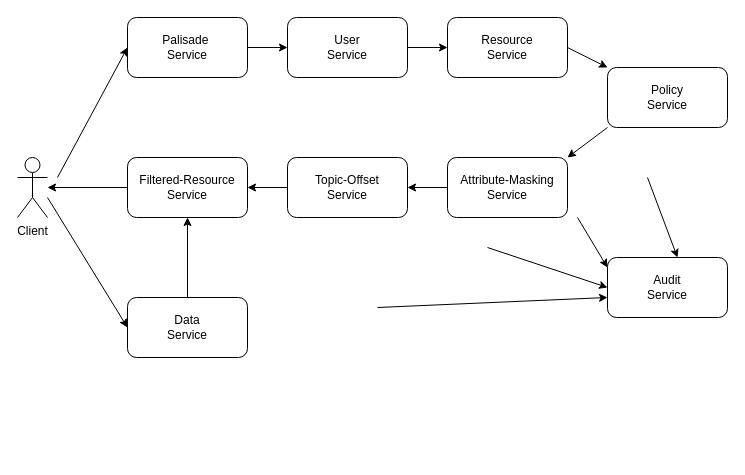
Above: doc/services.drawio in gchq/Palisade-services (draw.io), before the change. Source tidied: cells renumbered, new cells numbered last; positions are measured from the earlier drawing's top-left corner, leaving out a move shared by most shapes. Both pictures are drawn from the tidied source at 100%, with x=0, y=0 at pixel (17, 17).
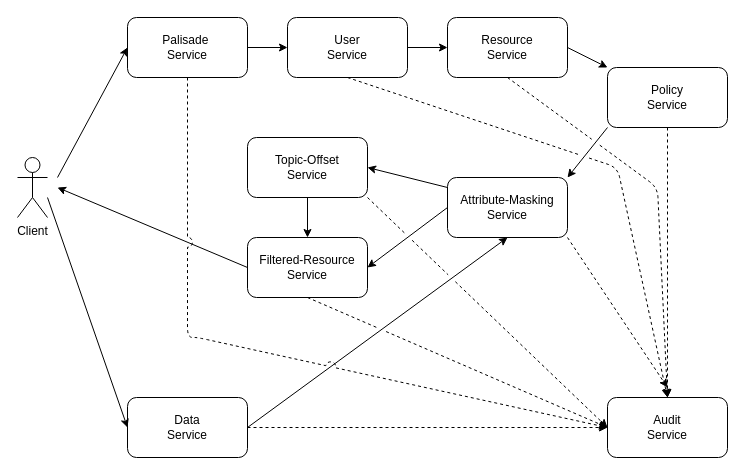
The same page after the edit.

The change refers to these unchanged cells:
```xml
<mxCell id="2" value="Client" style="shape=umlActor;verticalLabelPosition=bottom;verticalAlign=top;html=1;outlineConnect=0;" parent="1" vertex="1">
  <mxGeometry y="140" width="30" height="60" as="geometry" />
</mxCell>
<mxCell id="3" value="Palisade&amp;nbsp;&lt;br&gt;Service" style="rounded=1;whiteSpace=wrap;html=1;" parent="1" vertex="1">
  <mxGeometry x="110" width="120" height="60" as="geometry" />
</mxCell>
<mxCell id="6" value="Policy&lt;br&gt;Service" style="rounded=1;whiteSpace=wrap;html=1;" parent="1" vertex="1">
  <mxGeometry x="590" y="50" width="120" height="60" as="geometry" />
</mxCell>
```

The edit, as a diff of the source:
```diff
@@
     <mxCell id="7" value="Attribute-Masking&lt;br&gt;Service" style="rounded=1;whiteSpace=wrap;html=1;" parent="1" vertex="1">
-      <mxGeometry x="430" y="140" width="120" height="60" as="geometry" />
+      <mxGeometry x="430" y="160" width="120" height="60" as="geometry" />
     </mxCell>
     <mxCell id="8" value="Filtered-Resource&lt;br&gt;Service" style="rounded=1;whiteSpace=wrap;html=1;" parent="1" vertex="1">
-      <mxGeometry x="110" y="140" width="120" height="60" as="geometry" />
+      <mxGeometry x="230" y="220" width="120" height="60" as="geometry" />
     </mxCell>
     <mxCell id="9" value="Topic-Offset&lt;br&gt;Service" style="rounded=1;whiteSpace=wrap;html=1;" parent="1" vertex="1">
-      <mxGeometry x="270" y="140" width="120" height="60" as="geometry" />
+      <mxGeometry x="230" y="120" width="120" height="60" as="geometry" />
     </mxCell>
@@
     <mxCell id="11" value="Data&lt;br&gt;Service" style="rounded=1;whiteSpace=wrap;html=1;" parent="1" vertex="1">
-      <mxGeometry x="110" y="280" width="120" height="60" as="geometry" />
+      <mxGeometry x="110" y="380" width="120" height="60" as="geometry" />
     </mxCell>
@@
-    <mxCell id="13" style="endArrow=classic;html=1;entryX=1;entryY=0.5;entryDx=0;entryDy=0;" parent="1" edge="1" target="8">
-      <mxGeometry relative="1" as="geometry">
-        <mxPoint x="270" y="170" as="sourcePoint" />
-      </mxGeometry>
-    </mxCell>
@@
-    <mxCell id="18" style="endArrow=classic;html=1;" parent="1" edge="1" target="2">
-      <mxGeometry relative="1" as="geometry">
-        <mxPoint x="110" y="170" as="sourcePoint" />
-      </mxGeometry>
-    </mxCell>
@@
-    <mxCell id="20" style="endArrow=classic;html=1;entryX=0.5;entryY=1;entryDx=0;entryDy=0;" parent="1" edge="1" target="8">
-      <mxGeometry relative="1" as="geometry">
-        <mxPoint x="170" y="280" as="sourcePoint" />
-      </mxGeometry>
-    </mxCell>
     <mxCell id="21" value="Audit&lt;br&gt;Service" style="rounded=1;whiteSpace=wrap;html=1;" parent="1" vertex="1">
-      <mxGeometry x="590" y="240" width="120" height="60" as="geometry" />
+      <mxGeometry x="590" y="380" width="120" height="60" as="geometry" />
     </mxCell>
-    <mxCell id="22" style="endArrow=classic;html=1;entryX=0;entryY=0.5;entryDx=0;entryDy=0;" parent="1" edge="1">
-      <mxGeometry relative="1" as="geometry">
-        <mxPoint x="360" y="290" as="sourcePoint" />
-        <mxPoint x="590" y="280" as="targetPoint" />
-      </mxGeometry>
-    </mxCell>
-    <mxCell id="23" style="endArrow=classic;html=1;entryX=0;entryY=0.5;entryDx=0;entryDy=0;" parent="1" edge="1">
-      <mxGeometry relative="1" as="geometry">
-        <mxPoint x="470" y="230" as="sourcePoint" />
-        <mxPoint x="590" y="270" as="targetPoint" />
-      </mxGeometry>
-    </mxCell>
-    <mxCell id="24" style="endArrow=classic;html=1;entryX=0;entryY=0.5;entryDx=0;entryDy=0;" parent="1" edge="1">
-      <mxGeometry relative="1" as="geometry">
-        <mxPoint x="560" y="200" as="sourcePoint" />
-        <mxPoint x="590" y="250" as="targetPoint" />
-      </mxGeometry>
-    </mxCell>
-    <mxCell id="25" style="endArrow=classic;html=1;entryX=0;entryY=0.5;entryDx=0;entryDy=0;" parent="1" edge="1">
-      <mxGeometry relative="1" as="geometry">
-        <mxPoint x="630" y="160" as="sourcePoint" />
-        <mxPoint x="660" y="240" as="targetPoint" />
-      </mxGeometry>
-    </mxCell>
+    <mxCell id="26" style="endArrow=classic;html=1;entryX=1;entryY=0.5;entryDx=0;entryDy=0;exitX=0;exitY=0.5;exitDx=0;exitDy=0;" parent="1" edge="1" source="7" target="8">
+      <mxGeometry relative="1" as="geometry" />
+    </mxCell>
+    <mxCell id="27" style="endArrow=classic;html=1;entryX=0.5;entryY=0;entryDx=0;entryDy=0;" parent="1" edge="1" target="8">
+      <mxGeometry relative="1" as="geometry">
+        <mxPoint x="290" y="180" as="sourcePoint" />
+      </mxGeometry>
+    </mxCell>
+    <mxCell id="28" style="endArrow=classic;html=1;entryX=0.5;entryY=1;entryDx=0;entryDy=0;exitX=1;exitY=0.5;exitDx=0;exitDy=0;" parent="1" edge="1" source="11" target="7">
+      <mxGeometry relative="1" as="geometry" />
+    </mxCell>
+    <mxCell id="29" style="endArrow=classic;html=1;exitX=0;exitY=0.5;exitDx=0;exitDy=0;" parent="1" edge="1" source="8">
+      <mxGeometry relative="1" as="geometry">
+        <mxPoint x="40" y="170" as="targetPoint" />
+      </mxGeometry>
+    </mxCell>
+    <mxCell id="30" style="endArrow=classic;html=1;exitX=0.5;exitY=1;exitDx=0;exitDy=0;jumpStyle=arc;entryX=0;entryY=0.5;entryDx=0;entryDy=0;jumpSize=10;dashed=1;" parent="1" edge="1" source="3" target="21">
+      <mxGeometry relative="1" as="geometry">
+        <Array as="points">
+          <mxPoint x="170" y="320" />
+          <mxPoint x="180" y="320" />
+        </Array>
+      </mxGeometry>
+    </mxCell>
+    <mxCell id="31" style="endArrow=classic;html=1;exitX=1;exitY=0.5;exitDx=0;exitDy=0;dashed=1;" parent="1" edge="1" source="11">
+      <mxGeometry relative="1" as="geometry">
+        <mxPoint x="590" y="410" as="targetPoint" />
+      </mxGeometry>
+    </mxCell>
+    <mxCell id="32" style="endArrow=classic;html=1;entryX=0.5;entryY=0;entryDx=0;entryDy=0;dashed=1;jumpStyle=gap;jumpSize=10;" parent="1" edge="1" target="21">
+      <mxGeometry relative="1" as="geometry">
+        <mxPoint x="330" y="60" as="sourcePoint" />
+        <Array as="points">
+          <mxPoint x="600" y="150" />
+        </Array>
+      </mxGeometry>
+    </mxCell>
+    <mxCell id="33" style="endArrow=classic;html=1;dashed=1;jumpStyle=gap;jumpSize=10;" parent="1" edge="1">
+      <mxGeometry relative="1" as="geometry">
+        <mxPoint x="490" y="60" as="sourcePoint" />
+        <mxPoint x="650" y="380" as="targetPoint" />
+        <Array as="points">
+          <mxPoint x="640" y="170" />
+        </Array>
+      </mxGeometry>
+    </mxCell>
+    <mxCell id="34" style="endArrow=classic;html=1;exitX=0.5;exitY=1;exitDx=0;exitDy=0;dashed=1;" parent="1" edge="1" source="6">
+      <mxGeometry relative="1" as="geometry">
+        <mxPoint x="650" y="380" as="targetPoint" />
+      </mxGeometry>
+    </mxCell>
+    <mxCell id="35" style="endArrow=classic;html=1;exitX=1;exitY=1;exitDx=0;exitDy=0;dashed=1;" parent="1" edge="1" source="7">
+      <mxGeometry relative="1" as="geometry">
+        <mxPoint x="650" y="370" as="targetPoint" />
+      </mxGeometry>
+    </mxCell>
+    <mxCell id="36" style="endArrow=classic;html=1;dashed=1;jumpStyle=gap;jumpSize=10;" parent="1" edge="1">
+      <mxGeometry relative="1" as="geometry">
+        <mxPoint x="350" y="180" as="sourcePoint" />
+        <mxPoint x="590" y="410" as="targetPoint" />
+      </mxGeometry>
+    </mxCell>
+    <mxCell id="37" style="endArrow=classic;html=1;exitX=0.5;exitY=1;exitDx=0;exitDy=0;dashed=1;jumpStyle=gap;jumpSize=10;" parent="1" edge="1" source="8">
+      <mxGeometry relative="1" as="geometry">
+        <mxPoint x="590" y="410" as="targetPoint" />
+      </mxGeometry>
+    </mxCell>
```
